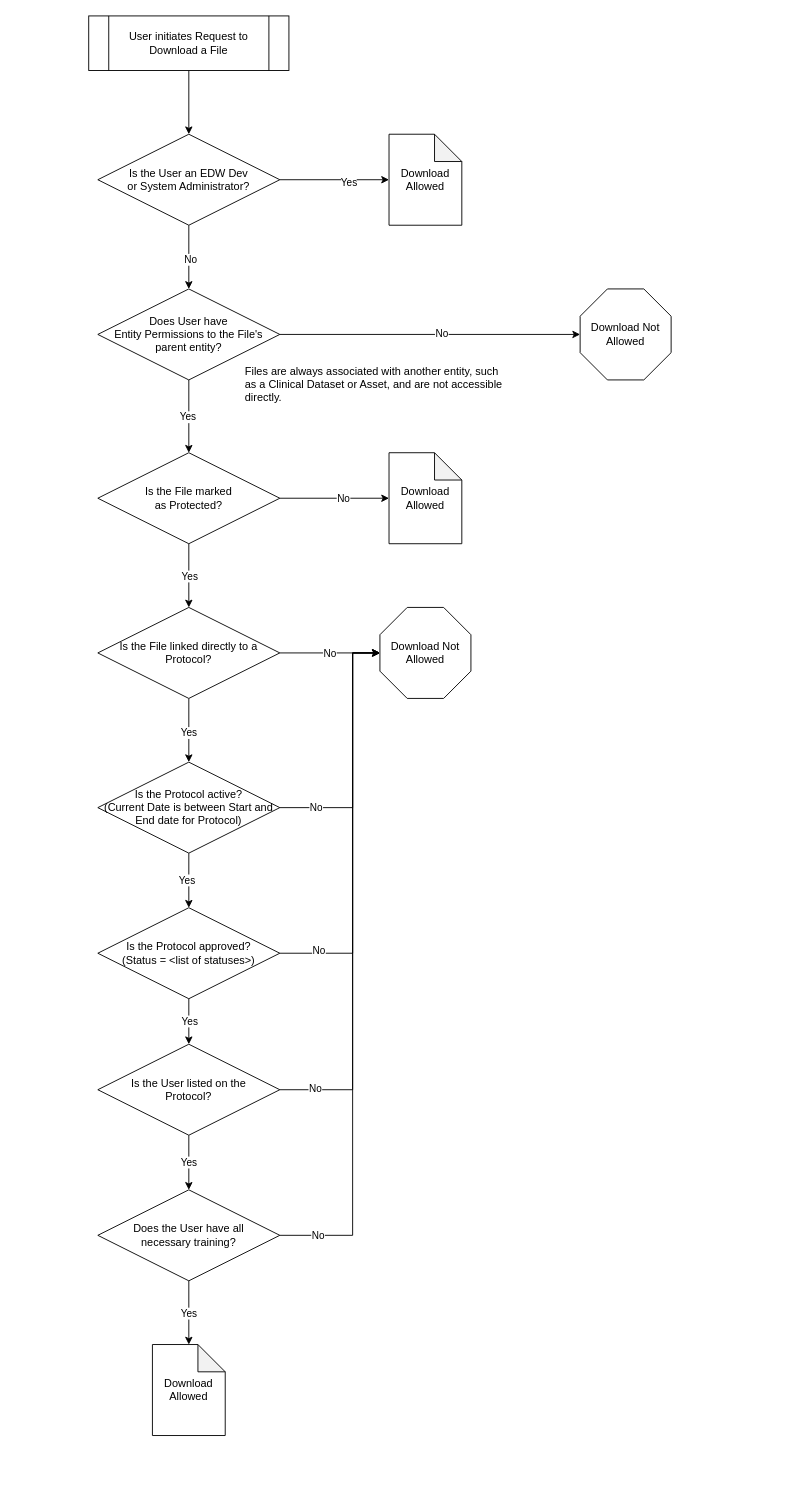
Earlier version of the draw.io diagram page "Page-2" (2 of 3) of DataLENS v2 File Download Process.drawio (ntimkovich/UAB-II-Diagrams). Source tidied: cells renumbered, new cells numbered last; positions are measured from the earlier drawing's top-left corner, leaving out a move shared by most shapes. Both pictures are drawn from the tidied source at 91%, with x=0, y=0 at pixel (88, 15).
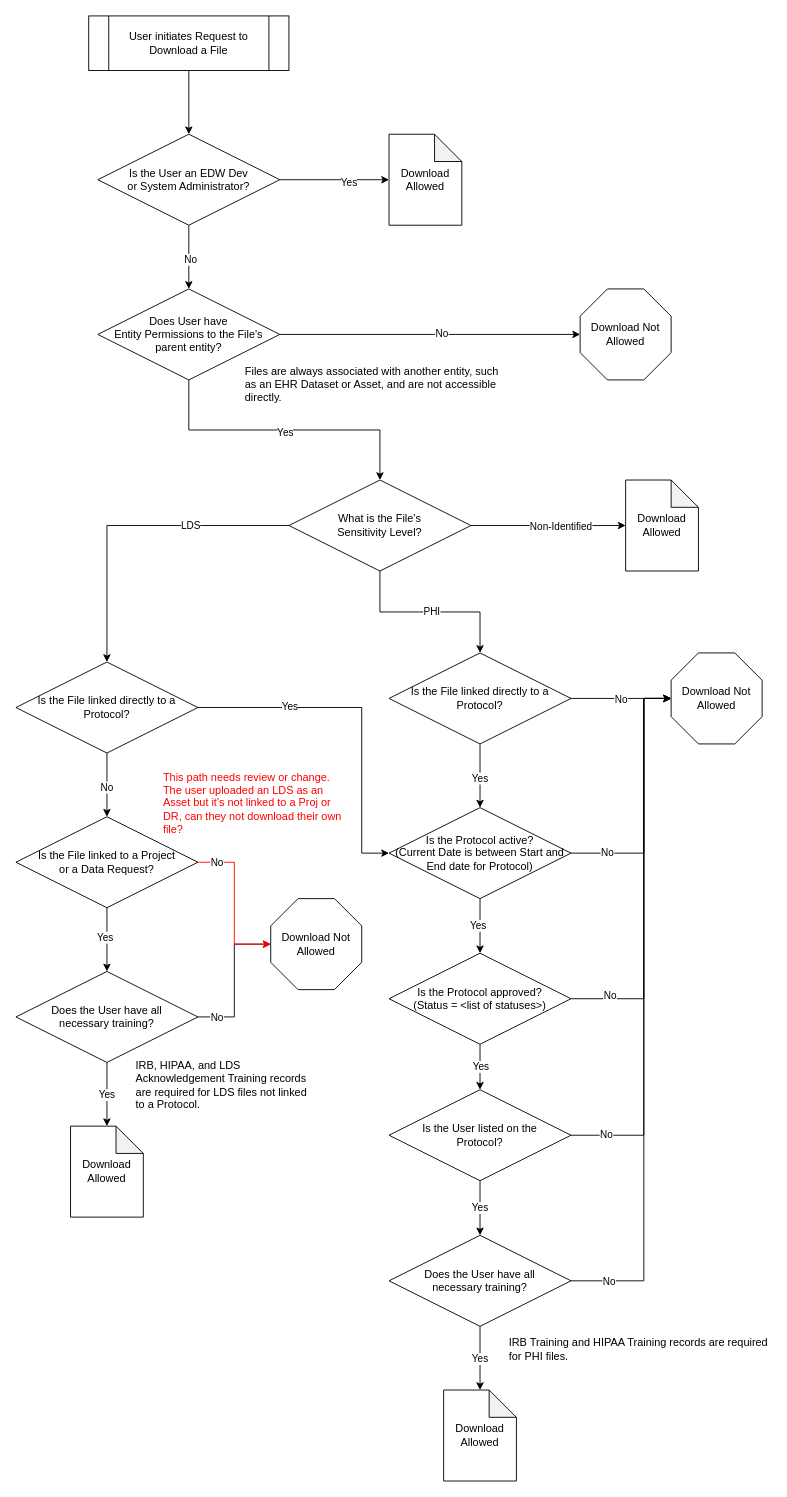
The same diagram, later.

Unchanged cells that the change refers to:
```xml
<mxCell id="17" style="edgeStyle=orthogonalEdgeStyle;rounded=0;jettySize=auto;html=1;exitX=0.5;exitY=1;exitDx=0;exitDy=0;entryX=0.5;entryY=0;entryDx=0;entryDy=0;" parent="1" edge="1" source="19" target="25">
  <mxGeometry relative="1" as="geometry" />
</mxCell>
<mxCell id="21" style="edgeStyle=orthogonalEdgeStyle;rounded=0;jettySize=auto;html=1;exitX=1;exitY=0.5;exitDx=0;exitDy=0;entryX=0;entryY=0.5;entryDx=0;entryDy=0;entryPerimeter=0;" parent="1" edge="1" source="19" target="20">
  <mxGeometry relative="1" as="geometry" />
</mxCell>
```

Change to the diagram source:
```diff
@@
-    <mxCell id="16" value="Files are always associated with another entity, such as a Clinical Dataset or Asset, and are not accessible directly." style="text;html=1;strokeColor=none;fillColor=none;align=left;verticalAlign=middle;whiteSpace=wrap;rounded=0;" parent="1" vertex="1">
+    <mxCell id="16" value="Files are always associated with another entity, such as an EHR Dataset or Asset, and are not accessible directly." style="text;html=1;strokeColor=none;fillColor=none;align=left;verticalAlign=middle;whiteSpace=wrap;rounded=0;" parent="1" vertex="1">
       <mxGeometry x="170" y="370" width="290" height="70" as="geometry" />
     </mxCell>
@@
-    <mxCell id="18" value="Yes" style="edgeLabel;html=1;align=center;verticalAlign=middle;" parent="17" vertex="1">
-      <mxGeometry relative="1" as="geometry" />
-    </mxCell>
+    <mxCell id="50" value="PHI" style="edgeLabel;html=1;align=center;verticalAlign=middle;" parent="17" vertex="1">
+      <mxGeometry x="0.01" y="1" relative="1" as="geometry" />
+    </mxCell>
+    <mxCell id="51" style="edgeStyle=orthogonalEdgeStyle;rounded=0;jettySize=auto;html=1;exitX=0;exitY=0.5;exitDx=0;exitDy=0;entryX=0.5;entryY=0;entryDx=0;entryDy=0;" parent="1" edge="1" source="19" target="58">
+      <mxGeometry relative="1" as="geometry" />
+    </mxCell>
+    <mxCell id="52" value="LDS" style="edgeLabel;html=1;align=center;verticalAlign=middle;" parent="51" vertex="1">
+      <mxGeometry x="-0.38" y="-1" relative="1" as="geometry" />
+    </mxCell>
-    <mxCell id="19" value="Is the File marked &lt;br&gt;as Protected?" style="rhombus;whiteSpace=wrap;html=1;" parent="1" vertex="1">
-      <mxGeometry x="10" y="480" width="200" height="100" as="geometry" />
+    <mxCell id="19" value="What is the File's &lt;br&gt;Sensitivity Level?" style="rhombus;whiteSpace=wrap;html=1;" parent="1" vertex="1">
+      <mxGeometry x="220" y="510" width="200" height="100" as="geometry" />
     </mxCell>
     <mxCell id="20" value="Download Allowed" style="shape=note;whiteSpace=wrap;html=1;backgroundOutline=1;darkOpacity=0.05;" parent="1" vertex="1">
-      <mxGeometry x="330" y="480" width="80" height="100" as="geometry" />
+      <mxGeometry x="590" y="510" width="80" height="100" as="geometry" />
     </mxCell>
@@
-    <mxCell id="22" value="No" style="edgeLabel;html=1;align=center;verticalAlign=middle;" parent="21" vertex="1">
+    <mxCell id="22" value="Non-Identified" style="edgeLabel;html=1;align=center;verticalAlign=middle;" parent="21" vertex="1">
       <mxGeometry x="0.15" relative="1" as="geometry" />
     </mxCell>
@@
     <mxCell id="25" value="Is the File linked directly to a Protocol?" style="rhombus;whiteSpace=wrap;html=1;" parent="1" vertex="1">
-      <mxGeometry x="10" y="650" width="200" height="100" as="geometry" />
+      <mxGeometry x="330" y="700" width="200" height="100" as="geometry" />
     </mxCell>
     <mxCell id="26" value="Download Not&lt;br&gt;Allowed" style="whiteSpace=wrap;html=1;shape=mxgraph.basic.octagon2;align=center;verticalAlign=middle;dx=15;" parent="1" vertex="1">
-      <mxGeometry x="320" y="650" width="100" height="100" as="geometry" />
+      <mxGeometry x="640" y="700" width="100" height="100" as="geometry" />
     </mxCell>
@@
     <mxCell id="31" value="Is the Protocol active?&lt;br&gt;(Current Date is between Start and End date for Protocol)" style="rhombus;whiteSpace=wrap;html=1;" parent="1" vertex="1">
-      <mxGeometry x="10" y="820" width="200" height="100" as="geometry" />
+      <mxGeometry x="330" y="870" width="200" height="100" as="geometry" />
     </mxCell>
@@
     <mxCell id="34" value="Is the Protocol approved?&lt;br&gt;(Status = &amp;lt;list of statuses&amp;gt;)" style="rhombus;whiteSpace=wrap;html=1;" parent="1" vertex="1">
-      <mxGeometry x="10" y="980" width="200" height="100" as="geometry" />
+      <mxGeometry x="330" y="1030" width="200" height="100" as="geometry" />
     </mxCell>
     <mxCell id="35" style="edgeStyle=orthogonalEdgeStyle;rounded=0;jettySize=auto;html=1;exitX=1;exitY=0.5;exitDx=0;exitDy=0;entryX=0;entryY=0.5;entryDx=0;entryDy=0;entryPerimeter=0;" parent="1" edge="1" source="31" target="26">
       <mxGeometry relative="1" as="geometry">
         <Array as="points">
-          <mxPoint x="290" y="870" />
-          <mxPoint x="290" y="700" />
+          <mxPoint x="610" y="920" />
+          <mxPoint x="610" y="750" />
         </Array>
       </mxGeometry>
     </mxCell>
@@
     <mxCell id="37" style="edgeStyle=orthogonalEdgeStyle;rounded=0;jettySize=auto;html=1;exitX=1;exitY=0.5;exitDx=0;exitDy=0;entryX=0;entryY=0.5;entryDx=0;entryDy=0;entryPerimeter=0;" parent="1" edge="1" source="34" target="26">
       <mxGeometry relative="1" as="geometry">
         <Array as="points">
-          <mxPoint x="290" y="1030" />
-          <mxPoint x="290" y="700" />
+          <mxPoint x="610" y="1080" />
+          <mxPoint x="610" y="750" />
         </Array>
       </mxGeometry>
     </mxCell>
@@
     <mxCell id="41" value="Is the User listed on the &lt;br&gt;Protocol?" style="rhombus;whiteSpace=wrap;html=1;" parent="1" vertex="1">
-      <mxGeometry x="10" y="1130" width="200" height="100" as="geometry" />
+      <mxGeometry x="330" y="1180" width="200" height="100" as="geometry" />
     </mxCell>
     <mxCell id="42" style="edgeStyle=orthogonalEdgeStyle;rounded=0;jettySize=auto;html=1;exitX=1;exitY=0.5;exitDx=0;exitDy=0;entryX=0;entryY=0.5;entryDx=0;entryDy=0;entryPerimeter=0;" parent="1" edge="1" source="41" target="26">
       <mxGeometry relative="1" as="geometry">
         <Array as="points">
-          <mxPoint x="290" y="1180" />
-          <mxPoint x="290" y="700" />
+          <mxPoint x="610" y="1230" />
+          <mxPoint x="610" y="750" />
         </Array>
       </mxGeometry>
     </mxCell>
@@
     <mxCell id="44" value="Does the User have all &lt;br&gt;necessary training?" style="rhombus;whiteSpace=wrap;html=1;" parent="1" vertex="1">
-      <mxGeometry x="10" y="1290" width="200" height="100" as="geometry" />
+      <mxGeometry x="330" y="1340" width="200" height="100" as="geometry" />
     </mxCell>
     <mxCell id="45" style="edgeStyle=orthogonalEdgeStyle;rounded=0;jettySize=auto;html=1;exitX=1;exitY=0.5;exitDx=0;exitDy=0;entryX=0;entryY=0.5;entryDx=0;entryDy=0;entryPerimeter=0;" parent="1" edge="1" source="44" target="26">
       <mxGeometry relative="1" as="geometry">
         <Array as="points">
-          <mxPoint x="290" y="1340" />
-          <mxPoint x="290" y="700" />
+          <mxPoint x="610" y="1390" />
+          <mxPoint x="610" y="750" />
         </Array>
       </mxGeometry>
     </mxCell>
@@
     <mxCell id="47" value="Download Allowed" style="shape=note;whiteSpace=wrap;html=1;backgroundOutline=1;darkOpacity=0.05;" parent="1" vertex="1">
-      <mxGeometry x="70" y="1460" width="80" height="100" as="geometry" />
+      <mxGeometry x="390" y="1510" width="80" height="100" as="geometry" />
     </mxCell>
@@
+    <mxCell id="53" value="IRB Training and HIPAA Training records are required for PHI files." style="text;html=1;strokeColor=none;fillColor=none;align=left;verticalAlign=middle;whiteSpace=wrap;rounded=0;" parent="1" vertex="1">
+      <mxGeometry x="460" y="1430" width="290" height="70" as="geometry" />
+    </mxCell>
+    <mxCell id="54" style="edgeStyle=orthogonalEdgeStyle;rounded=0;jettySize=auto;html=1;exitX=0.5;exitY=1;exitDx=0;exitDy=0;entryX=0.5;entryY=0;entryDx=0;entryDy=0;" parent="1" edge="1" source="58" target="62">
+      <mxGeometry relative="1" as="geometry" />
+    </mxCell>
+    <mxCell id="55" value="No" style="edgeLabel;html=1;align=center;verticalAlign=middle;" parent="54" vertex="1">
+      <mxGeometry x="0.06" y="-1" relative="1" as="geometry" />
+    </mxCell>
+    <mxCell id="56" style="edgeStyle=orthogonalEdgeStyle;rounded=0;jettySize=auto;html=1;exitX=1;exitY=0.5;exitDx=0;exitDy=0;entryX=0;entryY=0.5;entryDx=0;entryDy=0;" parent="1" edge="1" source="58" target="31">
+      <mxGeometry relative="1" as="geometry">
+        <Array as="points">
+          <mxPoint x="300" y="760" />
+          <mxPoint x="300" y="920" />
+        </Array>
+      </mxGeometry>
+    </mxCell>
+    <mxCell id="57" value="Yes" style="edgeLabel;html=1;align=center;verticalAlign=middle;" parent="56" vertex="1">
+      <mxGeometry x="-0.46" y="2" relative="1" as="geometry" />
+    </mxCell>
+    <mxCell id="58" value="Is the File linked directly to a Protocol?" style="rhombus;whiteSpace=wrap;html=1;" parent="1" vertex="1">
+      <mxGeometry x="-80" y="710" width="200" height="100" as="geometry" />
+    </mxCell>
+    <mxCell id="59" value="Download Not&lt;br&gt;Allowed" style="whiteSpace=wrap;html=1;shape=mxgraph.basic.octagon2;align=center;verticalAlign=middle;dx=15;" parent="1" vertex="1">
+      <mxGeometry x="200" y="970" width="100" height="100" as="geometry" />
+    </mxCell>
+    <mxCell id="60" style="edgeStyle=orthogonalEdgeStyle;rounded=0;jettySize=auto;html=1;exitX=0.5;exitY=1;exitDx=0;exitDy=0;entryX=0.5;entryY=0;entryDx=0;entryDy=0;" parent="1" edge="1" source="62" target="63">
+      <mxGeometry relative="1" as="geometry" />
+    </mxCell>
+    <mxCell id="61" value="Yes" style="edgeLabel;html=1;align=center;verticalAlign=middle;" parent="60" vertex="1">
+      <mxGeometry x="-0.09" y="-3" relative="1" as="geometry" />
+    </mxCell>
+    <mxCell id="62" value="Is the File linked to a Project&lt;br&gt;or a Data Request?" style="rhombus;whiteSpace=wrap;html=1;" parent="1" vertex="1">
+      <mxGeometry x="-80" y="880" width="200" height="100" as="geometry" />
+    </mxCell>
+    <mxCell id="63" value="Does the User have all &lt;br&gt;necessary training?" style="rhombus;whiteSpace=wrap;html=1;" parent="1" vertex="1">
+      <mxGeometry x="-80" y="1050" width="200" height="100" as="geometry" />
+    </mxCell>
+    <mxCell id="64" style="edgeStyle=orthogonalEdgeStyle;rounded=0;jettySize=auto;html=1;exitX=1;exitY=0.5;exitDx=0;exitDy=0;entryX=0;entryY=0.5;entryDx=0;entryDy=0;entryPerimeter=0;" parent="1" edge="1" source="63" target="59">
+      <mxGeometry relative="1" as="geometry">
+        <Array as="points">
+          <mxPoint x="160" y="1100" />
+          <mxPoint x="160" y="1020" />
+        </Array>
+      </mxGeometry>
+    </mxCell>
+    <mxCell id="65" value="No" style="edgeLabel;html=1;align=center;verticalAlign=middle;" parent="64" vertex="1">
+      <mxGeometry x="-0.89" relative="1" as="geometry">
+        <mxPoint x="11" as="offset" />
+      </mxGeometry>
+    </mxCell>
+    <mxCell id="66" value="Download Allowed" style="shape=note;whiteSpace=wrap;html=1;backgroundOutline=1;darkOpacity=0.05;" parent="1" vertex="1">
+      <mxGeometry x="-20" y="1220" width="80" height="100" as="geometry" />
+    </mxCell>
+    <mxCell id="67" style="edgeStyle=orthogonalEdgeStyle;rounded=0;jettySize=auto;html=1;exitX=0.5;exitY=1;exitDx=0;exitDy=0;entryX=0.5;entryY=0;entryDx=0;entryDy=0;entryPerimeter=0;" parent="1" edge="1" source="63" target="66">
+      <mxGeometry relative="1" as="geometry" />
+    </mxCell>
+    <mxCell id="68" value="Yes" style="edgeLabel;html=1;align=center;verticalAlign=middle;" parent="67" vertex="1">
+      <mxGeometry y="-1" relative="1" as="geometry" />
+    </mxCell>
+    <mxCell id="69" value="IRB, HIPAA, and LDS Acknowledgement Training records are required for LDS files not linked to a Protocol." style="text;html=1;strokeColor=none;fillColor=none;align=left;verticalAlign=middle;whiteSpace=wrap;rounded=0;" parent="1" vertex="1">
+      <mxGeometry x="50" y="1140" width="200" height="70" as="geometry" />
+    </mxCell>
+    <mxCell id="70" style="edgeStyle=orthogonalEdgeStyle;rounded=0;jettySize=auto;html=1;exitX=1;exitY=0.5;exitDx=0;exitDy=0;entryX=0;entryY=0.5;entryDx=0;entryDy=0;entryPerimeter=0;strokeColor=#FF0000;" parent="1" edge="1" source="62" target="59">
+      <mxGeometry relative="1" as="geometry" />
+    </mxCell>
+    <mxCell id="71" value="No" style="edgeLabel;html=1;align=center;verticalAlign=middle;" parent="70" vertex="1">
+      <mxGeometry y="2" relative="1" as="geometry">
+        <mxPoint x="-22" y="-45" as="offset" />
+      </mxGeometry>
+    </mxCell>
+    <mxCell id="72" value="This path needs review or change.&amp;nbsp; The user uploaded an LDS as an Asset but it's not linked to a Proj or DR, can they not download their own file?" style="text;html=1;strokeColor=none;fillColor=none;align=left;verticalAlign=middle;whiteSpace=wrap;rounded=0;fontColor=#FF0000;" parent="1" vertex="1">
+      <mxGeometry x="80" y="830" width="200" height="70" as="geometry" />
+    </mxCell>
```
